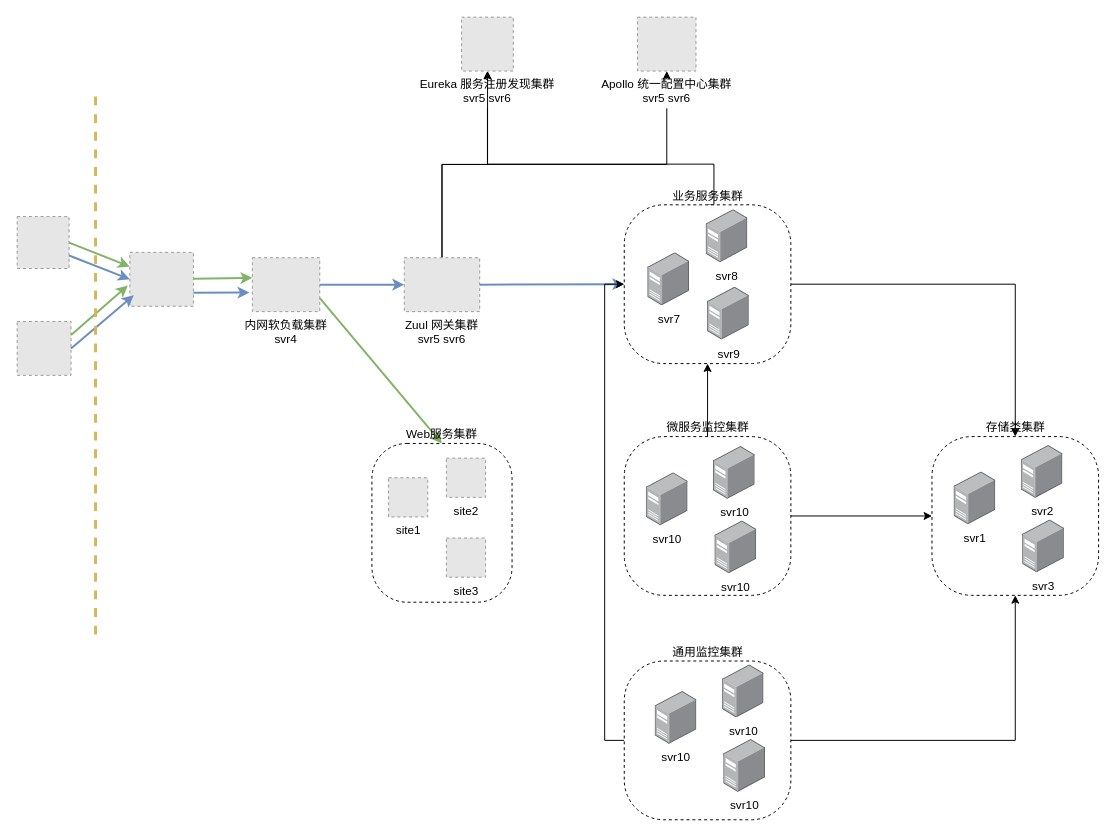
Before: top-structure.drawio.xml in MrtKing/draw.io, a draw.io diagram. Source tidied: cells renumbered, new cells numbered last; positions are measured from the earlier drawing's top-left corner, leaving out a move shared by most shapes. Both pictures are drawn from the tidied source at 98%, with x=0, y=0 at pixel (17, 17). Pictures stored in the file or linked from it are replaced by grey dashed boxes.
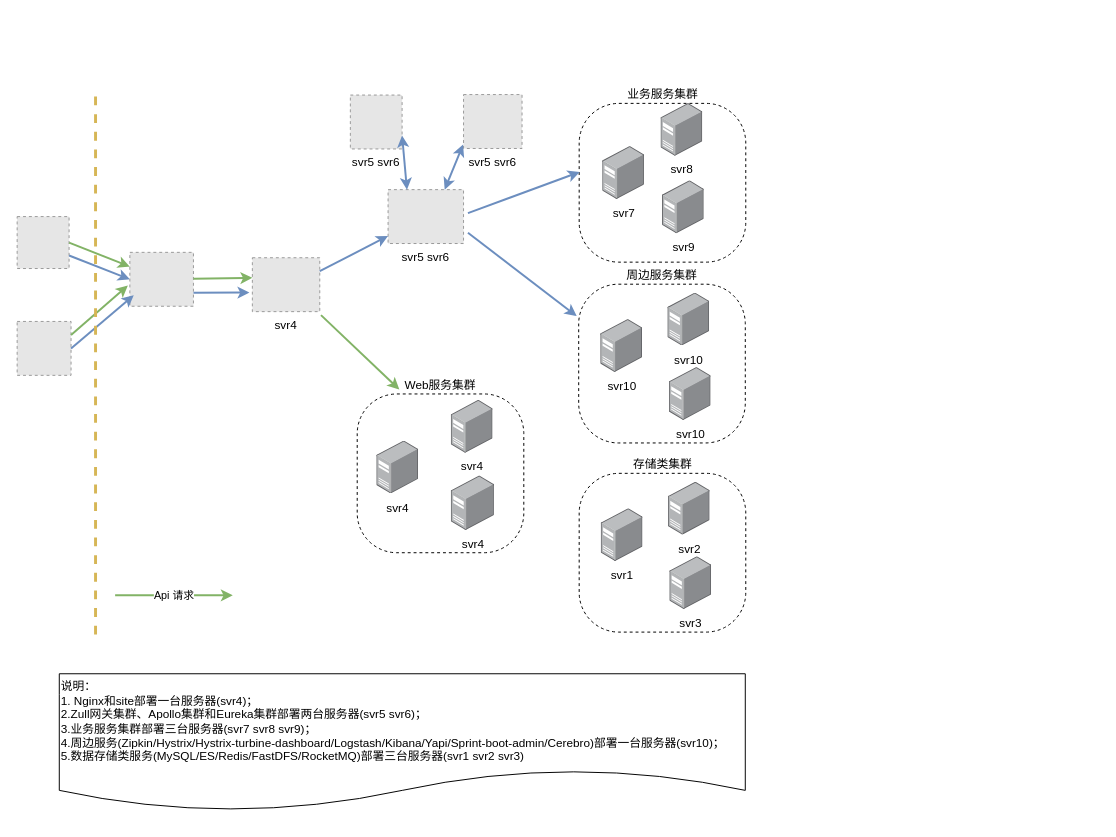
Above is the later version.

Diff of the diagram source:
```diff
@@
-    <mxCell id="5" value="内网软负载集群&#10;svr4" style="fillColor=#E6E6E6;strokeColor=#999999;dashed=1;verticalLabelPosition=bottom;labelBackgroundColor=#ffffff;verticalAlign=top;" parent="1" vertex="1">
+    <mxCell id="5" value="svr4" style="fillColor=#E6E6E6;strokeColor=#999999;dashed=1;verticalLabelPosition=bottom;labelBackgroundColor=#ffffff;verticalAlign=top;" parent="1" vertex="1">
       <mxGeometry x="240" y="245.5" width="68.8" height="55" as="geometry" />
     </mxCell>
-    <mxCell id="6" style="edgeStyle=orthogonalEdgeStyle;rounded=0;jettySize=auto;html=1;exitX=0.5;exitY=0;exitDx=0;exitDy=0;" parent="1" edge="1" source="8" target="10">
-      <mxGeometry relative="1" as="geometry" />
-    </mxCell>
-    <mxCell id="7" style="edgeStyle=orthogonalEdgeStyle;rounded=0;jettySize=auto;html=1;exitX=0.5;exitY=0;exitDx=0;exitDy=0;" parent="1" edge="1" source="8" target="9">
-      <mxGeometry relative="1" as="geometry" />
-    </mxCell>
-    <mxCell id="8" value="Zuul 网关集群&#10;svr5 svr6" style="fillColor=#E6E6E6;strokeColor=#999999;dashed=1;verticalLabelPosition=bottom;labelBackgroundColor=#ffffff;verticalAlign=top;" parent="1" vertex="1">
-      <mxGeometry x="395" y="245.5" width="77" height="55" as="geometry" />
+    <mxCell id="8" value="svr5 svr6" style="fillColor=#E6E6E6;strokeColor=#999999;dashed=1;verticalLabelPosition=bottom;labelBackgroundColor=#ffffff;verticalAlign=top;" parent="1" vertex="1">
+      <mxGeometry x="378.5" y="176" width="77" height="55" as="geometry" />
     </mxCell>
-    <mxCell id="9" value="Apollo 统一配置中心集群&#10;svr5 svr6" style="fillColor=#E6E6E6;strokeColor=#999999;dashed=1;verticalLabelPosition=bottom;labelBackgroundColor=#ffffff;verticalAlign=top;" parent="1" vertex="1">
-      <mxGeometry x="633" width="59.7" height="55" as="geometry" />
+    <mxCell id="9" value="svr5 svr6" style="fillColor=#E6E6E6;strokeColor=#999999;dashed=1;verticalLabelPosition=bottom;labelBackgroundColor=#ffffff;verticalAlign=top;" parent="1" vertex="1">
+      <mxGeometry x="455.5" y="79" width="59.7" height="55" as="geometry" />
     </mxCell>
-    <mxCell id="10" value="Eureka 服务注册发现集群&#10;svr5 svr6" style="fillColor=#E6E6E6;strokeColor=#999999;dashed=1;verticalLabelPosition=bottom;labelBackgroundColor=#ffffff;verticalAlign=top;" parent="1" vertex="1">
-      <mxGeometry x="453.5" width="52.8" height="55" as="geometry" />
+    <mxCell id="10" value="svr5 svr6" style="fillColor=#E6E6E6;strokeColor=#999999;dashed=1;verticalLabelPosition=bottom;labelBackgroundColor=#ffffff;verticalAlign=top;" parent="1" vertex="1">
+      <mxGeometry x="340" y="79.5" width="52.8" height="55" as="geometry" />
     </mxCell>
-    <mxCell id="11" style="edgeStyle=orthogonalEdgeStyle;rounded=0;jettySize=auto;html=1;exitX=0.5;exitY=0;exitDx=0;exitDy=0;entryX=0.5;entryY=1;entryDx=0;entryDy=0;" parent="1" edge="1" source="13" target="19">
-      <mxGeometry relative="1" as="geometry" />
-    </mxCell>
-    <mxCell id="12" style="edgeStyle=orthogonalEdgeStyle;rounded=0;jettySize=auto;html=1;exitX=1;exitY=0.5;exitDx=0;exitDy=0;entryX=0;entryY=0.5;entryDx=0;entryDy=0;" parent="1" edge="1" source="13" target="34">
-      <mxGeometry relative="1" as="geometry" />
-    </mxCell>
-    <mxCell id="13" value="微服务监控集群" style="rounded=1;whiteSpace=wrap;html=1;dashed=1;labelPosition=center;verticalLabelPosition=top;align=center;verticalAlign=bottom;arcSize=25;" parent="1" vertex="1">
-      <mxGeometry x="619.5" y="428" width="170" height="162" as="geometry" />
+    <mxCell id="13" value="周边服务集群" style="rounded=1;whiteSpace=wrap;html=1;dashed=1;labelPosition=center;verticalLabelPosition=top;align=center;verticalAlign=bottom;arcSize=25;" parent="1" vertex="1">
+      <mxGeometry x="573" y="272.5" width="170" height="162" as="geometry" />
     </mxCell>
     <mxCell id="14" value="svr10" style="html=1;align=center;shadow=0;dashed=0;image;image=img/lib/allied_telesis/computer_and_terminals/Server_Desktop.svg;" parent="1" vertex="1">
-      <mxGeometry x="710.5" y="438" width="42.6" height="54" as="geometry" />
+      <mxGeometry x="664" y="281.5" width="42.6" height="54" as="geometry" />
     </mxCell>
     <mxCell id="15" value="svr10" style="html=1;align=center;shadow=0;dashed=0;image;image=img/lib/allied_telesis/computer_and_terminals/Server_Desktop.svg;" parent="1" vertex="1">
-      <mxGeometry x="712" y="514" width="42.6" height="54" as="geometry" />
+      <mxGeometry x="665.5" y="357.5" width="42.6" height="54" as="geometry" />
     </mxCell>
     <mxCell id="16" value="svr10" style="html=1;align=center;shadow=0;dashed=0;image;image=img/lib/allied_telesis/computer_and_terminals/Server_Desktop.svg;" parent="1" vertex="1">
-      <mxGeometry x="642" y="465" width="42.6" height="54" as="geometry" />
+      <mxGeometry x="595.5" y="308.5" width="42.6" height="54" as="geometry" />
     </mxCell>
-    <mxCell id="17" style="edgeStyle=orthogonalEdgeStyle;rounded=0;jettySize=auto;html=1;exitX=0.5;exitY=0;exitDx=0;exitDy=0;" parent="1" edge="1" source="19" target="10">
-      <mxGeometry relative="1" as="geometry">
-        <Array as="points">
-          <mxPoint x="711" y="150" />
-          <mxPoint x="480" y="150" />
-        </Array>
-      </mxGeometry>
-    </mxCell>
-    <mxCell id="18" style="edgeStyle=orthogonalEdgeStyle;rounded=0;jettySize=auto;html=1;entryX=0.5;entryY=0;entryDx=0;entryDy=0;" parent="1" edge="1" source="19" target="34">
-      <mxGeometry relative="1" as="geometry" />
-    </mxCell>
     <mxCell id="19" value="业务服务集群" style="rounded=1;whiteSpace=wrap;html=1;dashed=1;labelPosition=center;verticalLabelPosition=top;align=center;verticalAlign=bottom;arcSize=25;" parent="1" vertex="1">
-      <mxGeometry x="619.5" y="191.5" width="170" height="162" as="geometry" />
+      <mxGeometry x="573.5" y="88" width="170" height="162" as="geometry" />
     </mxCell>
     <mxCell id="20" value="svr8" style="html=1;align=center;shadow=0;dashed=0;image;image=img/lib/allied_telesis/computer_and_terminals/Server_Desktop.svg;" parent="1" vertex="1">
-      <mxGeometry x="703" y="196.5" width="42.6" height="54" as="geometry" />
+      <mxGeometry x="657" y="88" width="42.6" height="54" as="geometry" />
     </mxCell>
     <mxCell id="21" value="svr7" style="html=1;align=center;shadow=0;dashed=0;image;image=img/lib/allied_telesis/computer_and_terminals/Server_Desktop.svg;" parent="1" vertex="1">
-      <mxGeometry x="643.5" y="240.5" width="42.6" height="54" as="geometry" />
+      <mxGeometry x="597.5" y="132" width="42.6" height="54" as="geometry" />
     </mxCell>
     <mxCell id="22" value="svr9" style="html=1;align=center;shadow=0;dashed=0;image;image=img/lib/allied_telesis/computer_and_terminals/Server_Desktop.svg;" parent="1" vertex="1">
-      <mxGeometry x="704.5" y="275.5" width="42.6" height="54" as="geometry" />
+      <mxGeometry x="658.5" y="167" width="42.6" height="54" as="geometry" />
     </mxCell>
@@
-    <mxCell id="30" style="endArrow=classic;html=1;shadow=0;fillColor=#d5e8d4;strokeColor=#82b366;strokeWidth=2;exitX=1;exitY=0.75;exitDx=0;exitDy=0;entryX=0.5;entryY=0;entryDx=0;entryDy=0;" parent="1" edge="1" source="5" target="33">
-      <mxGeometry relative="1" as="geometry" />
+    <mxCell id="30" style="endArrow=classic;html=1;shadow=0;fillColor=#d5e8d4;strokeColor=#82b366;strokeWidth=2;exitX=1.018;exitY=1.064;exitDx=0;exitDy=0;exitPerimeter=0;" parent="1" edge="1" source="5">
+      <mxGeometry relative="1" as="geometry">
+        <mxPoint x="390" y="380" as="targetPoint" />
+      </mxGeometry>
     </mxCell>
-    <mxCell id="31" style="endArrow=classic;html=1;shadow=0;fillColor=#dae8fc;strokeColor=#6c8ebf;strokeWidth=2;exitX=1;exitY=0.5;exitDx=0;exitDy=0;" parent="1" edge="1" source="5">
-      <mxGeometry relative="1" as="geometry">
-        <mxPoint x="395" y="273" as="targetPoint" />
-      </mxGeometry>
+    <mxCell id="31" style="endArrow=classic;html=1;shadow=0;fillColor=#dae8fc;strokeColor=#6c8ebf;strokeWidth=2;exitX=1;exitY=0.25;exitDx=0;exitDy=0;" parent="1" edge="1" source="5" target="8">
+      <mxGeometry relative="1" as="geometry" />
     </mxCell>
+    <mxCell id="7" style="endArrow=classic;startArrow=classic;html=1;shadow=0;strokeWidth=2;fillColor=#dae8fc;strokeColor=#6c8ebf;exitX=0.75;exitY=0;exitDx=0;exitDy=0;entryX=-0.008;entryY=0.927;entryDx=0;entryDy=0;entryPerimeter=0;" parent="1" edge="1" source="8" target="9">
+      <mxGeometry relative="1" as="geometry" />
+    </mxCell>
+    <mxCell id="6" style="endArrow=classic;startArrow=classic;html=1;shadow=0;strokeWidth=2;fillColor=#dae8fc;strokeColor=#6c8ebf;exitX=0.25;exitY=0;exitDx=0;exitDy=0;entryX=1;entryY=0.75;entryDx=0;entryDy=0;" parent="1" edge="1" source="8" target="10">
+      <mxGeometry relative="1" as="geometry" />
+    </mxCell>
-    <mxCell id="32" style="endArrow=classic;html=1;shadow=0;fillColor=#dae8fc;strokeColor=#6c8ebf;strokeWidth=2;entryX=0;entryY=0.5;entryDx=0;entryDy=0;exitX=1;exitY=0.5;exitDx=0;exitDy=0;" parent="1" edge="1" source="8" target="19">
-      <mxGeometry relative="1" as="geometry" />
+    <mxCell id="32" style="endArrow=classic;html=1;shadow=0;fillColor=#dae8fc;strokeColor=#6c8ebf;strokeWidth=2;entryX=0.003;entryY=0.432;entryDx=0;entryDy=0;entryPerimeter=0;" parent="1" edge="1" target="19">
+      <mxGeometry relative="1" as="geometry">
+        <mxPoint x="460" y="200" as="sourcePoint" />
+      </mxGeometry>
     </mxCell>
+    <mxCell id="47" style="endArrow=classic;html=1;shadow=0;fillColor=#dae8fc;strokeColor=#6c8ebf;strokeWidth=2;entryX=-0.012;entryY=0.201;entryDx=0;entryDy=0;entryPerimeter=0;" parent="1" edge="1" target="13">
+      <mxGeometry relative="1" as="geometry">
+        <mxPoint x="460" y="220" as="sourcePoint" />
+      </mxGeometry>
+    </mxCell>
+    <mxCell id="48" value="说明： &lt;br&gt;1. Nginx和site部署一台服务器(svr4)；&lt;br&gt;2.Zull网关集群、Apollo集群和Eureka集群部署两台服务器(svr5 svr6)；&lt;br&gt;3.业务服务集群部署三台服务器(svr7 svr8 svr9)；&lt;br&gt;4.周边服务(&lt;span&gt;Zipkin/Hystrix/Hystrix-turbine-dashboard/&lt;/span&gt;Logstash/Kibana/Yapi/Sprint-boot-admin/Cerebro)部署一台服务器(svr10)；&lt;br&gt;5.数据存储类服务(MySQL/ES/Redis/FastDFS/RocketMQ)部署三台服务器(svr1 svr2 svr3)" style="shape=document;whiteSpace=wrap;html=1;boundedLbl=1;align=left;" parent="1" vertex="1">
+      <mxGeometry x="43" y="670" width="700" height="140" as="geometry" />
+    </mxCell>
     <mxCell id="33" value="Web服务集群" style="rounded=1;whiteSpace=wrap;html=1;dashed=1;labelPosition=center;verticalLabelPosition=top;align=center;verticalAlign=bottom;arcSize=25;" parent="1" vertex="1">
-      <mxGeometry x="362" y="435" width="143" height="162" as="geometry" />
+      <mxGeometry x="347" y="384.5" width="170" height="162" as="geometry" />
     </mxCell>
+    <mxCell id="49" value="svr4" style="html=1;align=center;shadow=0;dashed=0;image;image=img/lib/allied_telesis/computer_and_terminals/Server_Desktop.svg;" parent="1" vertex="1">
+      <mxGeometry x="367" y="432.5" width="42.6" height="54" as="geometry" />
+    </mxCell>
+    <mxCell id="50" value="svr4" style="html=1;align=center;shadow=0;dashed=0;image;image=img/lib/allied_telesis/computer_and_terminals/Server_Desktop.svg;" parent="1" vertex="1">
+      <mxGeometry x="443" y="468" width="44" height="56" as="geometry" />
+    </mxCell>
+    <mxCell id="51" value="svr4" style="html=1;align=center;shadow=0;dashed=0;image;image=img/lib/allied_telesis/computer_and_terminals/Server_Desktop.svg;" parent="1" vertex="1">
+      <mxGeometry x="443" y="391" width="42.6" height="54" as="geometry" />
+    </mxCell>
     <mxCell id="34" value="存储类集群" style="rounded=1;whiteSpace=wrap;html=1;dashed=1;labelPosition=center;verticalLabelPosition=top;align=center;verticalAlign=bottom;arcSize=25;" parent="1" vertex="1">
-      <mxGeometry x="933.5" y="428" width="170" height="162" as="geometry" />
+      <mxGeometry x="573.5" y="465.5" width="170" height="162" as="geometry" />
     </mxCell>
     <mxCell id="35" value="svr2" style="html=1;align=center;shadow=0;dashed=0;image;image=img/lib/allied_telesis/computer_and_terminals/Server_Desktop.svg;" parent="1" vertex="1">
-      <mxGeometry x="1024.5" y="437" width="42.6" height="54" as="geometry" />
+      <mxGeometry x="664.5" y="474.5" width="42.6" height="54" as="geometry" />
     </mxCell>
     <mxCell id="36" value="svr3" style="html=1;align=center;shadow=0;dashed=0;image;image=img/lib/allied_telesis/computer_and_terminals/Server_Desktop.svg;" parent="1" vertex="1">
-      <mxGeometry x="1026" y="513" width="42.6" height="54" as="geometry" />
+      <mxGeometry x="666" y="550.5" width="42.6" height="54" as="geometry" />
     </mxCell>
     <mxCell id="37" value="svr1" style="html=1;align=center;shadow=0;dashed=0;image;image=img/lib/allied_telesis/computer_and_terminals/Server_Desktop.svg;" parent="1" vertex="1">
-      <mxGeometry x="956" y="464" width="42.6" height="54" as="geometry" />
+      <mxGeometry x="596" y="501.5" width="42.6" height="54" as="geometry" />
     </mxCell>
-    <mxCell id="38" value="site1" style="fillColor=#E6E6E6;strokeColor=#999999;dashed=1;html=1;verticalAlign=top;verticalLabelPosition=bottom;labelBackgroundColor=#ffffff;" parent="1" vertex="1">
-      <mxGeometry x="379" y="470" width="40" height="40" as="geometry" />
-    </mxCell>
-    <mxCell id="39" value="site2&lt;br&gt;" style="fillColor=#E6E6E6;strokeColor=#999999;dashed=1;html=1;verticalAlign=top;verticalLabelPosition=bottom;labelBackgroundColor=#ffffff;" parent="1" vertex="1">
-      <mxGeometry x="438" y="450" width="40" height="40" as="geometry" />
-    </mxCell>
-    <mxCell id="40" value="site3" style="fillColor=#E6E6E6;strokeColor=#999999;dashed=1;html=1;verticalAlign=top;verticalLabelPosition=bottom;labelBackgroundColor=#ffffff;" parent="1" vertex="1">
-      <mxGeometry x="438" y="531.5" width="40" height="40" as="geometry" />
-    </mxCell>
-    <mxCell id="41" style="edgeStyle=orthogonalEdgeStyle;rounded=0;jettySize=auto;html=1;entryX=0.5;entryY=1;entryDx=0;entryDy=0;" parent="1" edge="1" source="43" target="34">
-      <mxGeometry relative="1" as="geometry" />
-    </mxCell>
-    <mxCell id="42" style="edgeStyle=orthogonalEdgeStyle;rounded=0;jettySize=auto;html=1;exitX=0;exitY=0.5;exitDx=0;exitDy=0;entryX=0;entryY=0.5;entryDx=0;entryDy=0;" parent="1" edge="1" source="43" target="19">
-      <mxGeometry relative="1" as="geometry" />
-    </mxCell>
-    <mxCell id="43" value="通用监控集群" style="rounded=1;whiteSpace=wrap;html=1;dashed=1;labelPosition=center;verticalLabelPosition=top;align=center;verticalAlign=bottom;arcSize=25;" parent="1" vertex="1">
-      <mxGeometry x="619.5" y="657" width="170" height="162" as="geometry" />
-    </mxCell>
-    <mxCell id="44" value="svr10" style="html=1;align=center;shadow=0;dashed=0;image;image=img/lib/allied_telesis/computer_and_terminals/Server_Desktop.svg;" parent="1" vertex="1">
-      <mxGeometry x="719.5" y="661" width="42.6" height="54" as="geometry" />
-    </mxCell>
-    <mxCell id="45" value="svr10" style="html=1;align=center;shadow=0;dashed=0;image;image=img/lib/allied_telesis/computer_and_terminals/Server_Desktop.svg;" parent="1" vertex="1">
-      <mxGeometry x="721" y="737" width="42.6" height="54" as="geometry" />
-    </mxCell>
-    <mxCell id="46" value="svr10" style="html=1;align=center;shadow=0;dashed=0;image;image=img/lib/allied_telesis/computer_and_terminals/Server_Desktop.svg;" parent="1" vertex="1">
-      <mxGeometry x="651" y="688" width="42.6" height="54" as="geometry" />
-    </mxCell>
+    <mxCell id="52" value="Api 请求" style="endArrow=classic;html=1;shadow=0;fillColor=#d5e8d4;strokeColor=#82b366;strokeWidth=2;exitX=1;exitY=0.25;exitDx=0;exitDy=0;" parent="1" edge="1">
+      <mxGeometry relative="1" as="geometry">
+        <mxPoint x="100" y="589.8" as="sourcePoint" />
+        <mxPoint x="220" y="590" as="targetPoint" />
+      </mxGeometry>
+    </mxCell>
```
